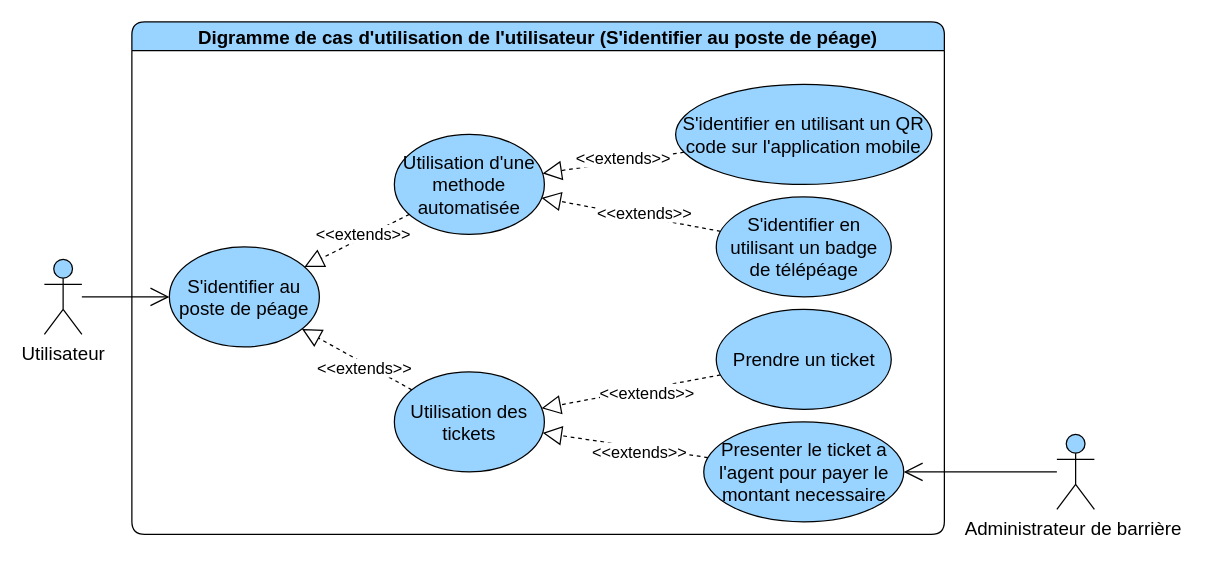
The draw.io diagram page "s'identifier au poste de péage" (4 of 4) of diagrams/use-case/utilisateur.drawio in devlotfi/peage-pay, before the edit. Source tidied: cells renumbered, new cells numbered last; positions are measured from the earlier drawing's top-left corner, leaving out a move shared by most shapes. Both pictures are drawn from the tidied source at 125%, with x=0, y=0 at pixel (44, 21).
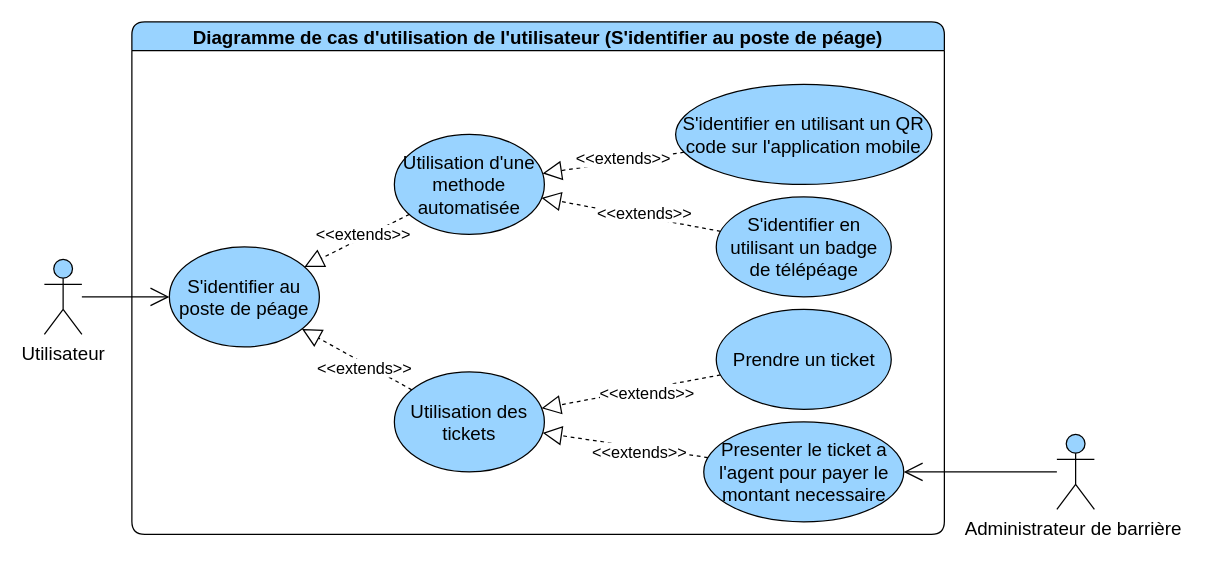
The same page after the edit.

Change to the diagram source:
```diff
@@
-    <mxCell id="2" value="Digramme de cas d'utilisation de l'utilisateur&amp;nbsp;(S'identifier au poste de péage)" style="swimlane;whiteSpace=wrap;html=1;rounded=1;fillColor=#99D3FF;fontSize=15;" parent="1" vertex="1">
+    <mxCell id="2" value="Diagramme de cas d'utilisation de l'utilisateur&amp;nbsp;(S'identifier au poste de péage)" style="swimlane;whiteSpace=wrap;html=1;rounded=1;fillColor=#99D3FF;fontSize=15;" parent="1" vertex="1">
       <mxGeometry x="70" width="650" height="410" as="geometry" />
     </mxCell>
```
